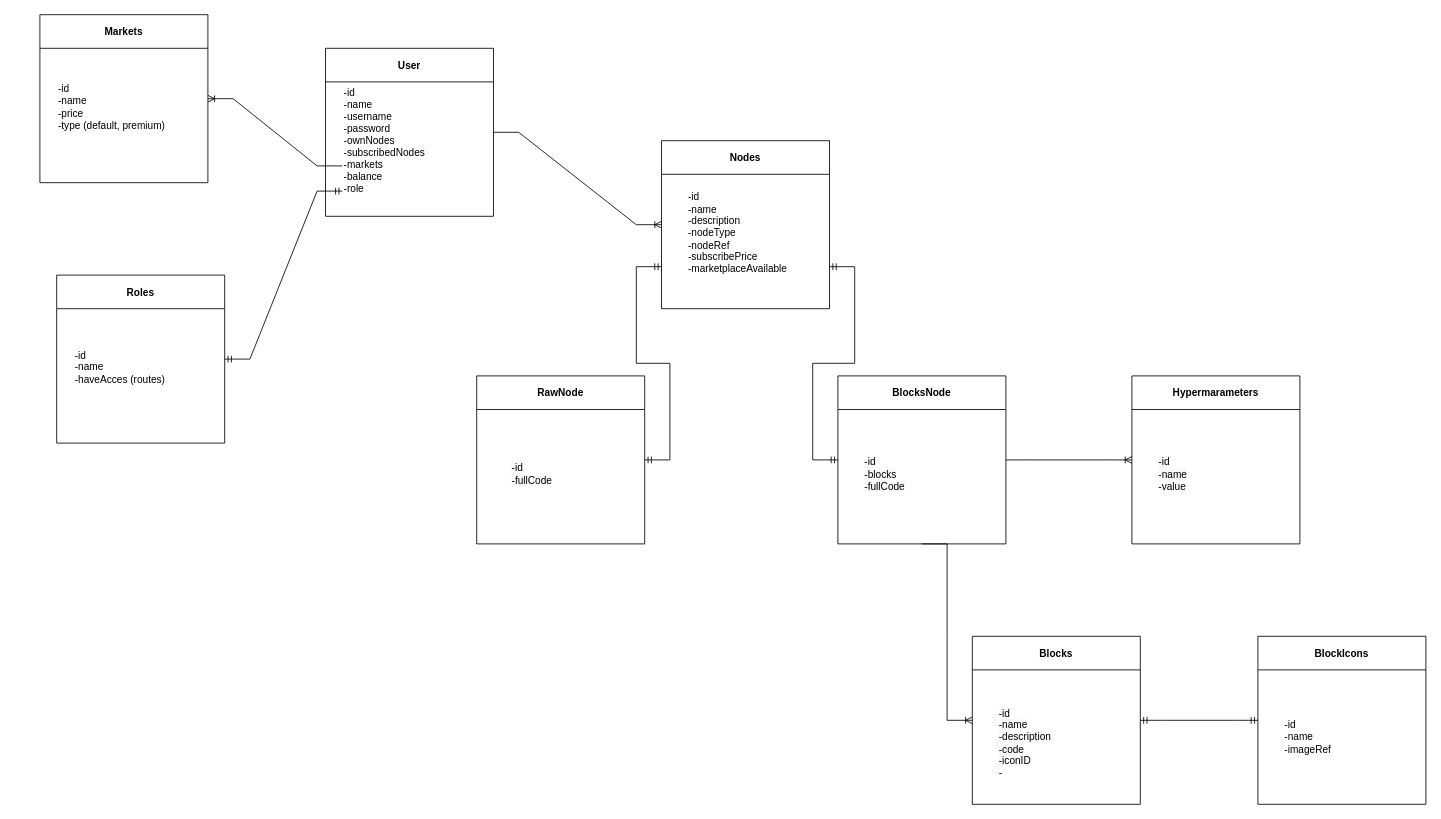
GabrielDamian/Stonks_Ultimate_BachelorDegree keeps this draw.io diagram as ER Diagram.drawio. Above is the earlier version. Source tidied: cells renumbered, new cells numbered last; positions are measured from the earlier drawing's top-left corner, leaving out a move shared by most shapes. Both pictures are drawn from the tidied source at 84%, with x=0, y=0 at pixel (39, 14).
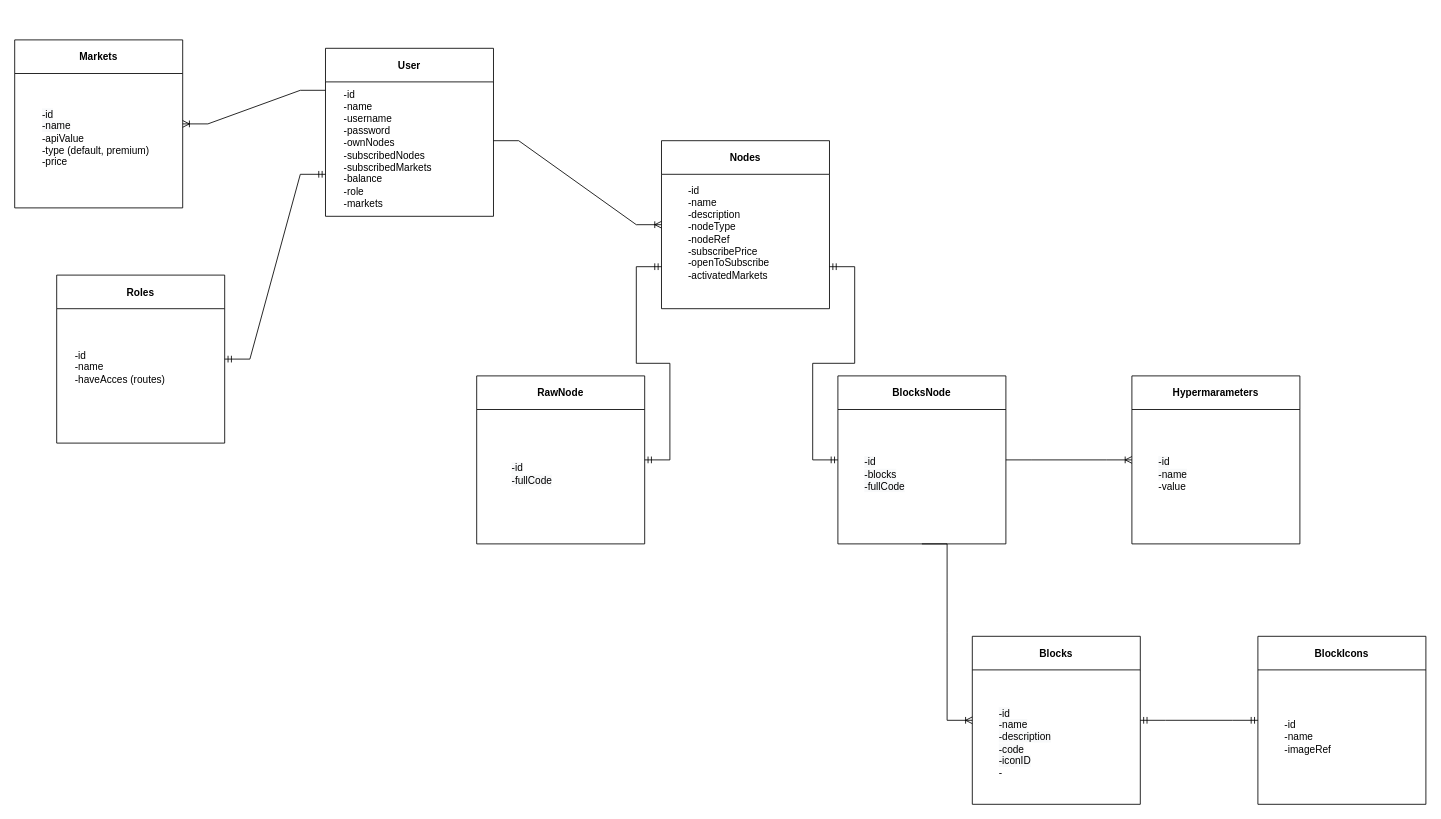
After the change.

The change refers to these unchanged cells:
```xml
<mxCell id="2" value="User" style="swimlane;startSize=40;" parent="1" vertex="1">
  <mxGeometry x="340" y="40" width="200" height="200" as="geometry" />
</mxCell>
<mxCell id="4" value="Nodes" style="swimlane;startSize=40;" parent="1" vertex="1">
  <mxGeometry x="740" y="150" width="200" height="200" as="geometry" />
</mxCell>
<mxCell id="25" value="Roles" style="swimlane;startSize=40;" parent="1" vertex="1">
  <mxGeometry x="20" y="310" width="200" height="200" as="geometry" />
</mxCell>
```

Change to the diagram source:
```diff
@@
-    <mxCell id="3" value="-id&lt;br&gt;-name&amp;nbsp;&lt;br&gt;-username&lt;br&gt;-password&lt;br&gt;-ownNodes&lt;br&gt;-subscribedNodes&lt;br&gt;-markets&lt;br&gt;-balance&lt;br&gt;-role&lt;br&gt;" style="text;html=1;strokeColor=none;fillColor=none;align=left;verticalAlign=middle;whiteSpace=wrap;rounded=0;" parent="2" vertex="1">
-      <mxGeometry x="20" y="50" width="140" height="120" as="geometry" />
+    <mxCell id="3" value="-id&lt;br&gt;-name&amp;nbsp;&lt;br&gt;-username&lt;br&gt;-password&lt;br&gt;-ownNodes&lt;br&gt;-subscribedNodes&lt;br&gt;-subscribedMarkets&lt;br&gt;-balance&lt;br&gt;-role&lt;br&gt;-markets" style="text;html=1;strokeColor=none;fillColor=none;align=left;verticalAlign=middle;whiteSpace=wrap;rounded=0;" parent="2" vertex="1">
+      <mxGeometry x="20" y="50" width="140" height="140" as="geometry" />
     </mxCell>
@@
-    <mxCell id="5" value="-id&lt;br&gt;-name&amp;nbsp;&lt;br&gt;-description&lt;br&gt;-nodeType&lt;br&gt;-nodeRef&lt;br&gt;-subscribePrice&lt;br&gt;-marketplaceAvailable" style="text;html=1;strokeColor=none;fillColor=none;align=left;verticalAlign=middle;whiteSpace=wrap;rounded=0;" parent="4" vertex="1">
-      <mxGeometry x="30" y="60" width="140" height="100" as="geometry" />
+    <mxCell id="5" value="-id&lt;br&gt;-name&amp;nbsp;&lt;br&gt;-description&lt;br&gt;-nodeType&lt;br&gt;-nodeRef&lt;br&gt;-subscribePrice&lt;br&gt;-openToSubscribe&lt;br&gt;-activatedMarkets" style="text;html=1;strokeColor=none;fillColor=none;align=left;verticalAlign=middle;whiteSpace=wrap;rounded=0;" parent="4" vertex="1">
+      <mxGeometry x="30" y="50" width="140" height="120" as="geometry" />
     </mxCell>
@@
-    <mxCell id="16" style="edgeStyle=entityRelationEdgeStyle;fontSize=12;html=1;endArrow=ERoneToMany;rounded=0;exitX=1;exitY=0.5;exitDx=0;exitDy=0;entryX=0;entryY=0.5;entryDx=0;entryDy=0;" parent="1" edge="1" source="2" target="4">
-      <mxGeometry relative="1" as="geometry" />
+    <mxCell id="16" style="edgeStyle=entityRelationEdgeStyle;fontSize=12;html=1;endArrow=ERoneToMany;rounded=0;entryX=0;entryY=0.5;entryDx=0;entryDy=0;" parent="1" edge="1" target="4">
+      <mxGeometry relative="1" as="geometry">
+        <mxPoint x="540" y="150" as="sourcePoint" />
+      </mxGeometry>
     </mxCell>
@@
-    <mxCell id="22" value="Markets" style="swimlane;startSize=40;" parent="1" vertex="1">
-      <mxGeometry width="200" height="200" as="geometry" />
-    </mxCell>
-    <mxCell id="23" value="-id&lt;br&gt;-name&lt;br&gt;-price&lt;br&gt;-type (default, premium)&lt;br&gt;" style="text;html=1;strokeColor=none;fillColor=none;align=left;verticalAlign=middle;whiteSpace=wrap;rounded=0;" parent="22" vertex="1">
-      <mxGeometry x="20" y="50" width="140" height="120" as="geometry" />
-    </mxCell>
-    <mxCell id="24" style="edgeStyle=entityRelationEdgeStyle;fontSize=12;html=1;endArrow=ERoneToMany;rounded=0;exitX=0;exitY=0.75;exitDx=0;exitDy=0;entryX=1;entryY=0.5;entryDx=0;entryDy=0;" parent="1" edge="1" source="3" target="22">
-      <mxGeometry relative="1" as="geometry" />
-    </mxCell>
@@
-    <mxCell id="27" style="edgeStyle=entityRelationEdgeStyle;fontSize=12;html=1;endArrow=ERmandOne;startArrow=ERmandOne;rounded=0;exitX=1;exitY=0.5;exitDx=0;exitDy=0;entryX=0;entryY=1;entryDx=0;entryDy=0;" parent="1" edge="1" source="25" target="3">
+    <mxCell id="27" style="edgeStyle=entityRelationEdgeStyle;fontSize=12;html=1;endArrow=ERmandOne;startArrow=ERmandOne;rounded=0;exitX=1;exitY=0.5;exitDx=0;exitDy=0;entryX=0;entryY=0.75;entryDx=0;entryDy=0;" parent="1" edge="1" source="25" target="2">
       <mxGeometry relative="1" as="geometry" />
     </mxCell>
+    <mxCell id="22" value="Markets" style="swimlane;startSize=40;" parent="1" vertex="1">
+      <mxGeometry x="-30" y="30" width="200" height="200" as="geometry" />
+    </mxCell>
+    <mxCell id="28" value="&lt;br&gt;&lt;span style=&quot;color: rgb(0, 0, 0); font-family: Helvetica; font-size: 12px; font-style: normal; font-variant-ligatures: normal; font-variant-caps: normal; font-weight: 400; letter-spacing: normal; orphans: 2; text-align: left; text-indent: 0px; text-transform: none; widows: 2; word-spacing: 0px; -webkit-text-stroke-width: 0px; background-color: rgb(248, 249, 250); text-decoration-thickness: initial; text-decoration-style: initial; text-decoration-color: initial; float: none; display: inline !important;&quot;&gt;-id&lt;/span&gt;&lt;br style=&quot;color: rgb(0, 0, 0); font-family: Helvetica; font-size: 12px; font-style: normal; font-variant-ligatures: normal; font-variant-caps: normal; font-weight: 400; letter-spacing: normal; orphans: 2; text-align: left; text-indent: 0px; text-transform: none; widows: 2; word-spacing: 0px; -webkit-text-stroke-width: 0px; background-color: rgb(248, 249, 250); text-decoration-thickness: initial; text-decoration-style: initial; text-decoration-color: initial;&quot;&gt;&lt;span style=&quot;color: rgb(0, 0, 0); font-family: Helvetica; font-size: 12px; font-style: normal; font-variant-ligatures: normal; font-variant-caps: normal; font-weight: 400; letter-spacing: normal; orphans: 2; text-align: left; text-indent: 0px; text-transform: none; widows: 2; word-spacing: 0px; -webkit-text-stroke-width: 0px; background-color: rgb(248, 249, 250); text-decoration-thickness: initial; text-decoration-style: initial; text-decoration-color: initial; float: none; display: inline !important;&quot;&gt;-name&lt;/span&gt;&lt;br style=&quot;color: rgb(0, 0, 0); font-family: Helvetica; font-size: 12px; font-style: normal; font-variant-ligatures: normal; font-variant-caps: normal; font-weight: 400; letter-spacing: normal; orphans: 2; text-align: left; text-indent: 0px; text-transform: none; widows: 2; word-spacing: 0px; -webkit-text-stroke-width: 0px; background-color: rgb(248, 249, 250); text-decoration-thickness: initial; text-decoration-style: initial; text-decoration-color: initial;&quot;&gt;-apiValue&lt;br&gt;-type (default, premium)&lt;br&gt;-price&lt;br&gt;" style="text;html=1;strokeColor=none;fillColor=none;align=left;verticalAlign=middle;whiteSpace=wrap;rounded=0;" parent="22" vertex="1">
+      <mxGeometry x="31" y="50" width="140" height="120" as="geometry" />
+    </mxCell>
+    <mxCell id="29" style="edgeStyle=entityRelationEdgeStyle;fontSize=12;html=1;endArrow=ERoneToMany;rounded=0;entryX=1;entryY=0.5;entryDx=0;entryDy=0;exitX=0;exitY=0.25;exitDx=0;exitDy=0;" parent="1" edge="1" source="2" target="22">
+      <mxGeometry relative="1" as="geometry" />
+    </mxCell>
```
